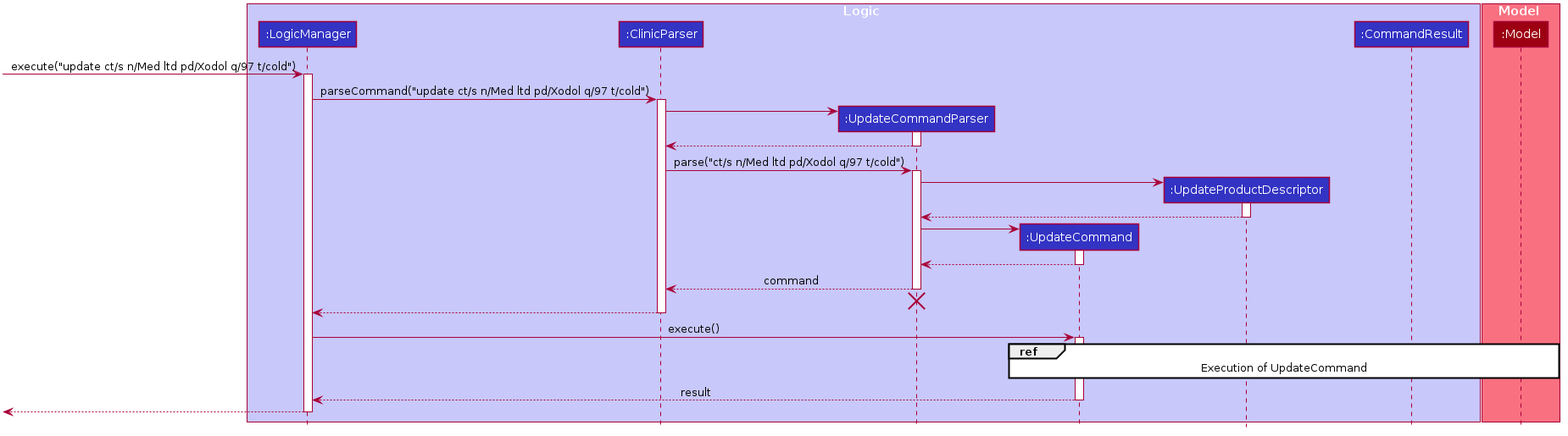
The PlantUML diagram docs/images/UpdateCommandSequenceDiagram.png in tohyuting/tp, before a commit. Its diagram source:
```plantuml
@startuml








skinparam BackgroundColor #FFFFFFF

skinparam Shadowing false

skinparam Class {
    FontColor #FFFFFF
    BorderThickness 1
    BorderColor #FFFFFF
    StereotypeFontColor #FFFFFF
    FontName Arial
}

skinparam Actor {
    BorderColor #000000
    Color #000000
    FontName Arial
}

skinparam Sequence {
    MessageAlign center
    BoxFontSize 15
    BoxPadding 0
    BoxFontColor #FFFFFF
    FontName Arial
}

skinparam Participant {
    FontColor #FFFFFFF
    Padding 20
}

skinparam MinClassWidth 50
skinparam ParticipantPadding 10
skinparam Shadowing false
skinparam DefaultTextAlignment center
skinparam packageStyle Rectangle

hide footbox
hide members
hide circle

box Logic #C8C8FA
participant ":LogicManager" as LogicManager #3333C4
participant ":ClinicParser" as ClinicParser #3333C4
participant ":UpdateCommandParser" as UpdateCommandParser #3333C4
participant ":UpdateCommand" as UpdateCommand #3333C4
participant ":UpdateProductDescriptor" as UpdateProductDescriptor #3333C4
participant ":CommandResult" as CommandResult #3333C4
end box

box Model #F97181
participant ":Model" as Model #9D0012
end box

[-> LogicManager : execute("update ct/s n/Med ltd pd/Xodol q/97 t/cold")
activate LogicManager

LogicManager -> ClinicParser : parseCommand("update ct/s n/Med ltd pd/Xodol q/97 t/cold")
activate ClinicParser

create UpdateCommandParser
ClinicParser -> UpdateCommandParser
activate UpdateCommandParser

UpdateCommandParser --> ClinicParser
deactivate UpdateCommandParser

ClinicParser -> UpdateCommandParser : parse("ct/s n/Med ltd pd/Xodol q/97 t/cold")
activate UpdateCommandParser

create UpdateProductDescriptor
UpdateCommandParser -> UpdateProductDescriptor
activate UpdateProductDescriptor

UpdateProductDescriptor --> UpdateCommandParser :
deactivate UpdateProductDescriptor

create UpdateCommand
UpdateCommandParser -> UpdateCommand
activate UpdateCommand

UpdateCommand --> UpdateCommandParser :
deactivate UpdateCommand

UpdateCommandParser --> ClinicParser : command
deactivate UpdateCommandParser
UpdateCommandParser -[hidden]-> ClinicParser
destroy UpdateCommandParser

ClinicParser --> LogicManager :
deactivate ClinicParser

LogicManager -> UpdateCommand : execute()
activate UpdateCommand

ref over UpdateCommand, UpdateProductDescriptor, Model, CommandResult
Execution of UpdateCommand
end


UpdateCommand --> LogicManager : result
deactivate UpdateCommand

[<--LogicManager
deactivate LogicManager

@enduml
```
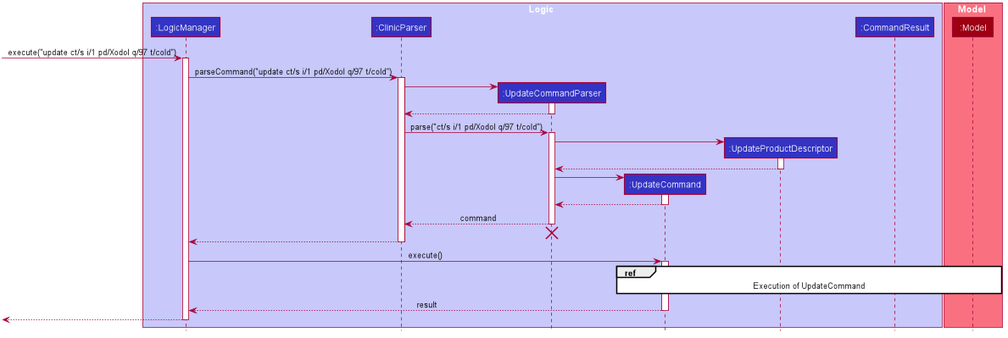
After the commit.

The edit, as a diff of the source:
```diff
@@ -61,10 +61,10 @@
 participant ":Model" as Model #9D0012
 end box
 
-[-> LogicManager : execute("update ct/s n/Med ltd pd/Xodol q/97 t/cold")
+[-> LogicManager : execute("update ct/s i/1 pd/Xodol q/97 t/cold")
 activate LogicManager
 
-LogicManager -> ClinicParser : parseCommand("update ct/s n/Med ltd pd/Xodol q/97 t/cold")
+LogicManager -> ClinicParser : parseCommand("update ct/s i/1 pd/Xodol q/97 t/cold")
 activate ClinicParser
 
 create UpdateCommandParser
@@ -74,7 +74,7 @@
 UpdateCommandParser --> ClinicParser
 deactivate UpdateCommandParser
 
-ClinicParser -> UpdateCommandParser : parse("ct/s n/Med ltd pd/Xodol q/97 t/cold")
+ClinicParser -> UpdateCommandParser : parse("ct/s i/1 pd/Xodol q/97 t/cold")
 activate UpdateCommandParser
 
 create UpdateProductDescriptor
```
